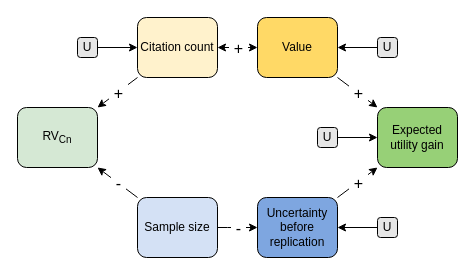
Above: figure_3.drawio in pederisager/2020_RV_citations_sample_size (draw.io), before the change. Source tidied: cells renumbered, new cells numbered last; positions are measured from the earlier drawing's top-left corner, leaving out a move shared by most shapes. Both pictures are drawn from the tidied source at 100%, with x=0, y=0 at pixel (17, 17).
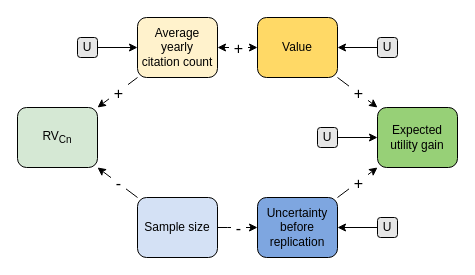
After the change.

Change to the diagram source:
```diff
@@
-    <mxCell id="6" value="Citation count" style="rounded=1;whiteSpace=wrap;html=1;fillColor=#FFF2CC;" parent="1" vertex="1">
+    <mxCell id="6" value="Average yearly &lt;br&gt;citation count" style="rounded=1;whiteSpace=wrap;html=1;fillColor=#FFF2CC;" parent="1" vertex="1">
       <mxGeometry x="120" width="80" height="60" as="geometry" />
     </mxCell>
```
